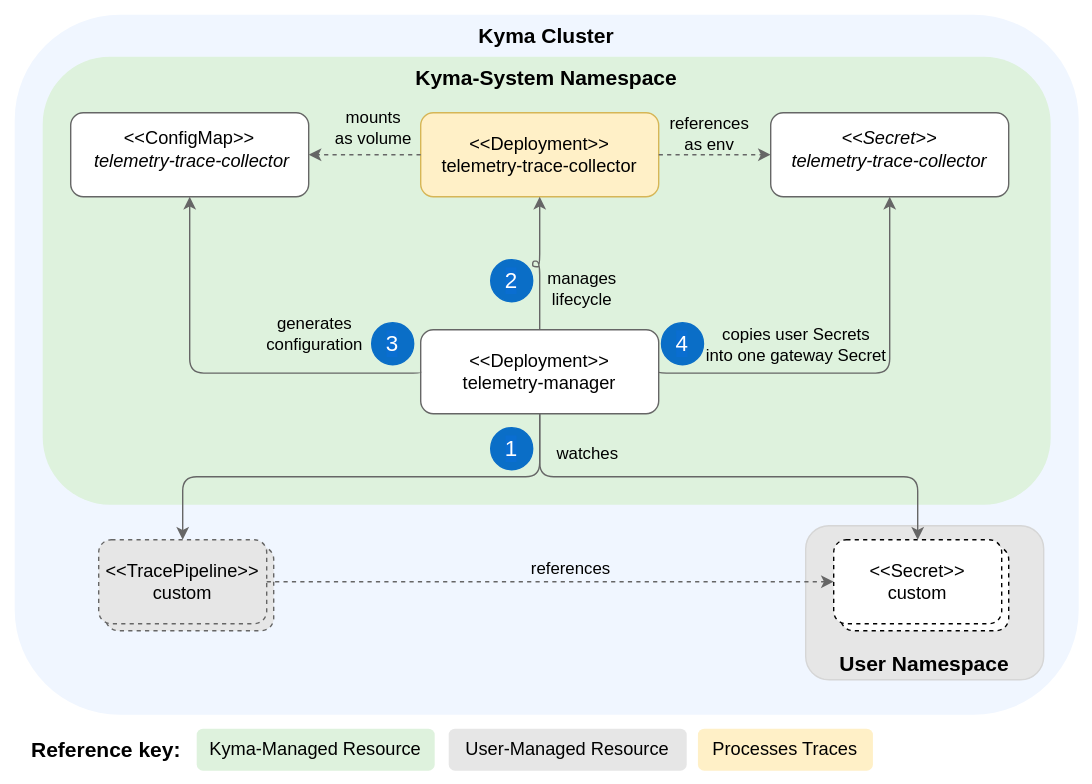
The draw.io diagram docs/user/assets/traces-resources.drawio.svg in kyma-project/telemetry-manager, before a commit. Source tidied: cells renumbered, new cells last; positions are measured from the earlier drawing's top-left corner, leaving out a move shared by most shapes. Its diagram source:
```xml
<mxGraphModel>
  <root>
    <mxCell id="0" />
    <mxCell id="1" parent="0" />
    <mxCell id="2" style="rounded=0;whiteSpace=wrap;html=1;fillColor=#FFFFFF;strokeColor=none;" parent="1" vertex="1">
      <mxGeometry width="780" height="560" as="geometry" />
    </mxCell>
    <mxCell id="3" value="&lt;b style=&quot;color: rgb(0, 0, 0); font-size: 15px;&quot;&gt;&lt;font style=&quot;font-size: 15px;&quot;&gt;Kyma Cluster&lt;br style=&quot;font-size: 15px;&quot;&gt;&lt;/font&gt;&lt;/b&gt;" style="rounded=1;whiteSpace=wrap;html=1;fillColor=#F0F6FF;strokeColor=none;fontColor=#333333;verticalAlign=top;fontSize=15;" parent="1" vertex="1">
      <mxGeometry x="10" y="10" width="760" height="500" as="geometry" />
    </mxCell>
    <mxCell id="4" value="&lt;font style=&quot;font-size: 15px;&quot;&gt;&lt;b&gt;Reference key:&lt;/b&gt;&lt;/font&gt;" style="text;html=1;align=center;verticalAlign=middle;strokeColor=none;fillColor=default;" parent="1" vertex="1">
      <mxGeometry x="10" y="520" width="130" height="30" as="geometry" />
    </mxCell>
    <mxCell id="5" value="&lt;b style=&quot;color: rgb(0, 0, 0); font-size: 15px;&quot;&gt;Kyma-System Namespace&lt;br style=&quot;font-size: 15px;&quot;&gt;&lt;/b&gt;" style="rounded=1;whiteSpace=wrap;html=1;dashed=1;fillColor=#DEF2DD;strokeColor=none;verticalAlign=top;fontSize=15;" parent="1" vertex="1">
      <mxGeometry x="30" y="40" width="720" height="320" as="geometry" />
    </mxCell>
    <mxCell id="6" value="&amp;lt;&amp;lt;Deployment&amp;gt;&amp;gt;&lt;br style=&quot;font-size: 13px;&quot;&gt;telemetry-manager" style="rounded=1;whiteSpace=wrap;html=1;strokeColor=#666666;fontSize=13;" parent="1" vertex="1">
      <mxGeometry x="300" y="235" width="170" height="60" as="geometry" />
    </mxCell>
    <mxCell id="7" style="rounded=1;whiteSpace=wrap;html=1;dashed=1;strokeColor=#666666;fontSize=13;fillColor=#E6E6E6;" parent="1" vertex="1">
      <mxGeometry x="75" y="390" width="120" height="60" as="geometry" />
    </mxCell>
    <mxCell id="8" style="edgeStyle=orthogonalEdgeStyle;rounded=1;html=1;exitX=0.5;exitY=1;exitDx=0;exitDy=0;entryX=0.5;entryY=0;entryDx=0;entryDy=0;elbow=vertical;strokeColor=#666666;" parent="1" edge="1" source="6" target="10">
      <mxGeometry relative="1" as="geometry">
        <Array as="points">
          <mxPoint x="385" y="340" />
          <mxPoint x="130" y="340" />
        </Array>
      </mxGeometry>
    </mxCell>
    <mxCell id="9" value="watches" style="edgeLabel;html=1;align=center;verticalAlign=middle;labelBackgroundColor=none;fontSize=12;" parent="8" vertex="1">
      <mxGeometry x="0.04" y="1" relative="1" as="geometry">
        <mxPoint x="167" y="-18" as="offset" />
      </mxGeometry>
    </mxCell>
    <mxCell id="10" value="&amp;lt;&amp;lt;TracePipeline&amp;gt;&amp;gt;&lt;br style=&quot;font-size: 13px;&quot;&gt;custom" style="rounded=1;whiteSpace=wrap;html=1;dashed=1;strokeColor=#666666;fontSize=13;fillColor=#E6E6E6;" parent="1" vertex="1">
      <mxGeometry x="70" y="385" width="120" height="60" as="geometry" />
    </mxCell>
    <mxCell id="11" value="&lt;b style=&quot;color: rgb(0, 0, 0); font-size: 15px;&quot;&gt;User Namespace&lt;br style=&quot;font-size: 15px;&quot;&gt;&lt;/b&gt;" style="rounded=1;whiteSpace=wrap;html=1;fillColor=#E6E6E6;strokeColor=#D6D6D6;verticalAlign=bottom;fontSize=15;" parent="1" vertex="1">
      <mxGeometry x="575" y="375" width="170" height="110" as="geometry" />
    </mxCell>
    <mxCell id="12" style="rounded=1;whiteSpace=wrap;html=1;dashed=1;fontSize=13;" parent="1" vertex="1">
      <mxGeometry x="600" y="390" width="120" height="60" as="geometry" />
    </mxCell>
    <mxCell id="13" value="&amp;lt;&amp;lt;Secret&amp;gt;&amp;gt;&lt;br style=&quot;font-size: 13px;&quot;&gt;custom" style="rounded=1;whiteSpace=wrap;html=1;dashed=1;fontSize=13;" parent="1" vertex="1">
      <mxGeometry x="595" y="385" width="120" height="60" as="geometry" />
    </mxCell>
    <mxCell id="14" style="edgeStyle=orthogonalEdgeStyle;rounded=1;html=1;exitX=0.5;exitY=1;exitDx=0;exitDy=0;entryX=0.5;entryY=0;entryDx=0;entryDy=0;elbow=vertical;strokeColor=#666666;" parent="1" edge="1" source="6" target="13">
      <mxGeometry relative="1" as="geometry">
        <Array as="points">
          <mxPoint x="385" y="340" />
          <mxPoint x="655" y="340" />
        </Array>
      </mxGeometry>
    </mxCell>
    <mxCell id="15" style="edgeStyle=orthogonalEdgeStyle;html=1;exitX=1;exitY=0.5;exitDx=0;exitDy=0;dashed=1;strokeColor=#666666;entryX=0;entryY=0.5;entryDx=0;entryDy=0;" parent="1" edge="1" source="10" target="13">
      <mxGeometry relative="1" as="geometry" />
    </mxCell>
    <mxCell id="16" value="&lt;font style=&quot;font-size: 12px;&quot;&gt;references&lt;/font&gt;" style="edgeLabel;html=1;align=center;verticalAlign=middle;labelBackgroundColor=none;fontSize=12;" parent="15" vertex="1">
      <mxGeometry x="0.09" y="-2" relative="1" as="geometry">
        <mxPoint x="-4" y="-12" as="offset" />
      </mxGeometry>
    </mxCell>
    <mxCell id="17" value="&lt;span style=&quot;color: rgb(0, 0, 0); font-family: Helvetica; font-size: 13px; font-style: normal; font-variant-ligatures: normal; font-variant-caps: normal; font-weight: 400; letter-spacing: normal; orphans: 2; text-indent: 0px; text-transform: none; widows: 2; word-spacing: 0px; -webkit-text-stroke-width: 0px; text-decoration-thickness: initial; text-decoration-style: initial; text-decoration-color: initial; float: none; display: inline !important;&quot;&gt;Processes Traces&lt;/span&gt;" style="text;whiteSpace=wrap;html=1;strokeColor=none;rounded=1;fillColor=#fff0c7;align=center;fontSize=13;" parent="1" vertex="1">
      <mxGeometry x="498" y="520" width="125" height="30" as="geometry" />
    </mxCell>
    <mxCell id="18" value="&amp;lt;&amp;lt;Deployment&amp;gt;&amp;gt;&lt;br style=&quot;font-size: 13px;&quot;&gt;telemetry-trace-collector" style="rounded=1;whiteSpace=wrap;html=1;strokeColor=#D6B656;fontSize=13;fillColor=#FFF0C7;" parent="1" vertex="1">
      <mxGeometry x="300" y="80" width="170" height="60" as="geometry" />
    </mxCell>
    <mxCell id="19" value="&lt;div style=&quot;font-size: 13px;&quot;&gt;&lt;font style=&quot;font-size: 13px&quot;&gt;&amp;lt;&amp;lt;ConfigMap&amp;gt;&amp;gt;&lt;/font&gt;&lt;/div&gt;&lt;div style=&quot;font-size: 13px&quot;&gt;&lt;font style=&quot;font-size: 13px&quot;&gt;&lt;i style=&quot;font-size: 13px;&quot;&gt;&lt;font style=&quot;font-size: 13px&quot;&gt;&amp;nbsp;telemetry-trace-collector&lt;/font&gt;&lt;/i&gt;&lt;/font&gt;&lt;/div&gt;&lt;span style=&quot;font-size: 13px;&quot;&gt;&lt;br style=&quot;font-size: 13px;&quot;&gt;&lt;/span&gt;" style="rounded=1;whiteSpace=wrap;html=1;align=center;strokeColor=#666666;fontSize=13;verticalAlign=bottom;" parent="1" vertex="1">
      <mxGeometry x="50" y="80" width="170" height="60" as="geometry" />
    </mxCell>
    <mxCell id="20" value="&lt;font style=&quot;font-size: 13px;&quot;&gt;&lt;div style=&quot;font-size: 13px;&quot;&gt;&lt;span style=&quot;font-size: 13px;&quot;&gt;&lt;i style=&quot;font-size: 13px;&quot;&gt;&amp;lt;&amp;lt;Secret&amp;gt;&amp;gt;&lt;/i&gt;&lt;/span&gt;&lt;/div&gt;&lt;div style=&quot;font-size: 13px;&quot;&gt;&lt;span style=&quot;font-size: 13px;&quot;&gt;&lt;i style=&quot;font-size: 13px;&quot;&gt;telemetry-trace-collector&lt;/i&gt;&lt;/span&gt;&lt;/div&gt;&lt;br style=&quot;font-size: 13px;&quot;&gt;&lt;/font&gt;" style="rounded=1;whiteSpace=wrap;html=1;strokeColor=#666666;fontSize=13;verticalAlign=bottom;" parent="1" vertex="1">
      <mxGeometry x="550" y="80" width="170" height="60" as="geometry" />
    </mxCell>
    <mxCell id="21" style="edgeStyle=orthogonalEdgeStyle;html=1;exitX=0;exitY=0.5;exitDx=0;exitDy=0;entryX=1;entryY=0.5;entryDx=0;entryDy=0;dashed=1;strokeColor=#666666;" parent="1" edge="1" source="18" target="19">
      <mxGeometry relative="1" as="geometry" />
    </mxCell>
    <mxCell id="22" value="&lt;font style=&quot;font-size: 12px;&quot;&gt;mounts&lt;br style=&quot;font-size: 12px;&quot;&gt;as volume&lt;/font&gt;" style="edgeLabel;html=1;align=center;verticalAlign=middle;labelBackgroundColor=none;fontSize=12;" parent="21" vertex="1">
      <mxGeometry x="0.09" y="-2" relative="1" as="geometry">
        <mxPoint x="8" y="-18" as="offset" />
      </mxGeometry>
    </mxCell>
    <mxCell id="23" style="edgeStyle=orthogonalEdgeStyle;html=1;exitX=1;exitY=0.5;exitDx=0;exitDy=0;dashed=1;strokeColor=#666666;" parent="1" edge="1" source="18" target="20">
      <mxGeometry relative="1" as="geometry" />
    </mxCell>
    <mxCell id="24" value="&lt;span style=&quot;font-size: 12px;&quot;&gt;references&lt;br style=&quot;font-size: 12px;&quot;&gt;&lt;/span&gt;as env" style="edgeLabel;html=1;align=center;verticalAlign=middle;labelBackgroundColor=none;fontSize=12;" parent="23" vertex="1">
      <mxGeometry x="0.09" y="-2" relative="1" as="geometry">
        <mxPoint x="-8" y="-18" as="offset" />
      </mxGeometry>
    </mxCell>
    <mxCell id="25" style="edgeStyle=orthogonalEdgeStyle;html=1;exitX=0.5;exitY=0;exitDx=0;exitDy=0;entryX=0.5;entryY=1;entryDx=0;entryDy=0;elbow=vertical;rounded=1;strokeColor=#666666;" parent="1" edge="1" source="6" target="18">
      <mxGeometry relative="1" as="geometry">
        <Array as="points">
          <mxPoint x="385" y="186" />
          <mxPoint x="380" y="186" />
          <mxPoint x="380" y="190" />
          <mxPoint x="385" y="190" />
        </Array>
      </mxGeometry>
    </mxCell>
    <mxCell id="26" value="manages&lt;br style=&quot;font-size: 12px;&quot;&gt;lifecycle" style="edgeLabel;html=1;align=center;verticalAlign=middle;labelBackgroundColor=none;fontSize=12;" parent="25" vertex="1">
      <mxGeometry x="-0.17" relative="1" as="geometry">
        <mxPoint x="29" y="17" as="offset" />
      </mxGeometry>
    </mxCell>
    <mxCell id="27" value="&lt;font style=&quot;font-size: 16px&quot;&gt;3&lt;/font&gt;" style="ellipse;whiteSpace=wrap;html=1;labelBackgroundColor=#0A6ED1;fontColor=#FFFFFF;fillColor=#0A6EC7;strokeColor=#0A6EC7;" parent="1" vertex="1">
      <mxGeometry x="265" y="230" width="30" height="30" as="geometry" />
    </mxCell>
    <mxCell id="28" value="&lt;font style=&quot;font-size: 16px&quot;&gt;2&lt;/font&gt;" style="ellipse;whiteSpace=wrap;html=1;labelBackgroundColor=#0A6ED1;fontColor=#FFFFFF;fillColor=#0A6EC7;strokeColor=#0A6EC7;" parent="1" vertex="1">
      <mxGeometry x="350" y="185" width="30" height="30" as="geometry" />
    </mxCell>
    <mxCell id="29" style="edgeStyle=orthogonalEdgeStyle;html=1;exitX=0;exitY=0.5;exitDx=0;exitDy=0;entryX=0.5;entryY=1;entryDx=0;entryDy=0;elbow=vertical;rounded=1;strokeColor=#666666;" parent="1" edge="1" source="6" target="19">
      <mxGeometry relative="1" as="geometry">
        <Array as="points">
          <mxPoint x="135" y="266" />
        </Array>
      </mxGeometry>
    </mxCell>
    <mxCell id="30" value="&lt;span style=&quot;&quot;&gt;generates&lt;/span&gt;&lt;br style=&quot;border-color: var(--border-color);&quot;&gt;&lt;span style=&quot;&quot;&gt;configuration&lt;/span&gt;" style="edgeLabel;html=1;align=center;verticalAlign=middle;fontSize=12;labelBackgroundColor=none;" parent="29" vertex="1">
      <mxGeometry x="0.35" y="-2" relative="1" as="geometry">
        <mxPoint x="86" y="3" as="offset" />
      </mxGeometry>
    </mxCell>
    <mxCell id="31" style="edgeStyle=orthogonalEdgeStyle;html=1;exitX=1;exitY=0.5;exitDx=0;exitDy=0;elbow=vertical;rounded=1;strokeColor=#666666;entryX=0.5;entryY=1;entryDx=0;entryDy=0;" parent="1" edge="1" source="6" target="20">
      <mxGeometry relative="1" as="geometry">
        <Array as="points">
          <mxPoint x="635" y="266" />
        </Array>
      </mxGeometry>
    </mxCell>
    <mxCell id="32" value="&lt;span style=&quot;font-size: 12px;&quot;&gt;copies user Secrets&lt;br style=&quot;font-size: 12px;&quot;&gt;into one gateway&amp;nbsp;Secret&lt;/span&gt;" style="edgeLabel;html=1;align=center;verticalAlign=middle;labelBackgroundColor=none;fontSize=12;" parent="31" vertex="1">
      <mxGeometry x="-0.27" y="-2" relative="1" as="geometry">
        <mxPoint x="-9" y="-23" as="offset" />
      </mxGeometry>
    </mxCell>
    <mxCell id="33" value="&lt;font style=&quot;font-size: 16px&quot;&gt;4&lt;/font&gt;" style="ellipse;whiteSpace=wrap;html=1;labelBackgroundColor=#0A6ED1;fontColor=#FFFFFF;fillColor=#0A6EC7;strokeColor=#0A6EC7;" parent="1" vertex="1">
      <mxGeometry x="472" y="230" width="30" height="30" as="geometry" />
    </mxCell>
    <mxCell id="34" value="&lt;font style=&quot;font-size: 16px&quot;&gt;1&lt;/font&gt;" style="ellipse;whiteSpace=wrap;html=1;labelBackgroundColor=#0A6ED1;fontColor=#FFFFFF;fillColor=#0A6EC7;strokeColor=#0A6EC7;" parent="1" vertex="1">
      <mxGeometry x="350" y="305" width="30" height="30" as="geometry" />
    </mxCell>
    <mxCell id="35" value="&lt;span style=&quot;color: rgb(0, 0, 0); font-family: Helvetica; font-size: 13px; font-style: normal; font-variant-ligatures: normal; font-variant-caps: normal; font-weight: 400; letter-spacing: normal; orphans: 2; text-indent: 0px; text-transform: none; widows: 2; word-spacing: 0px; -webkit-text-stroke-width: 0px; text-decoration-thickness: initial; text-decoration-style: initial; text-decoration-color: initial; float: none; display: inline !important;&quot;&gt;User-Managed Resource&lt;/span&gt;" style="text;whiteSpace=wrap;html=1;strokeColor=none;rounded=1;fillColor=#e6e6e6;align=center;fontSize=13;" parent="1" vertex="1">
      <mxGeometry x="320" y="520" width="170" height="30" as="geometry" />
    </mxCell>
    <mxCell id="36" value="&lt;span style=&quot;color: rgb(0, 0, 0); font-family: Helvetica; font-size: 13px; font-style: normal; font-variant-ligatures: normal; font-variant-caps: normal; font-weight: 400; letter-spacing: normal; orphans: 2; text-indent: 0px; text-transform: none; widows: 2; word-spacing: 0px; -webkit-text-stroke-width: 0px; text-decoration-thickness: initial; text-decoration-style: initial; text-decoration-color: initial; float: none; display: inline !important;&quot;&gt;Kyma-Managed Resource&lt;/span&gt;" style="text;whiteSpace=wrap;html=1;strokeColor=none;rounded=1;fillColor=#def2dd;align=center;" parent="1" vertex="1">
      <mxGeometry x="140" y="520" width="170" height="30" as="geometry" />
    </mxCell>
  </root>
</mxGraphModel>
```
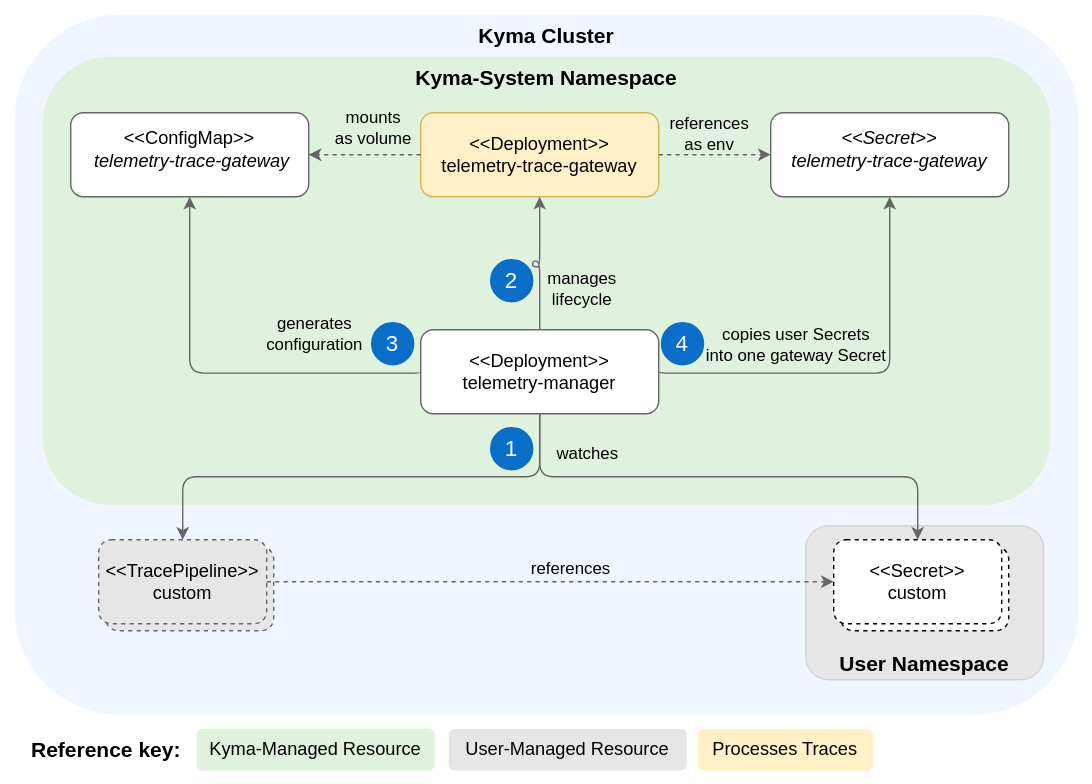
Above is the later version.

What changed in the source:
```diff
@@ -64,13 +64,13 @@
     <mxCell id="17" value="&lt;span style=&quot;color: rgb(0, 0, 0); font-family: Helvetica; font-size: 13px; font-style: normal; font-variant-ligatures: normal; font-variant-caps: normal; font-weight: 400; letter-spacing: normal; orphans: 2; text-indent: 0px; text-transform: none; widows: 2; word-spacing: 0px; -webkit-text-stroke-width: 0px; text-decoration-thickness: initial; text-decoration-style: initial; text-decoration-color: initial; float: none; display: inline !important;&quot;&gt;Processes Traces&lt;/span&gt;" style="text;whiteSpace=wrap;html=1;strokeColor=none;rounded=1;fillColor=#fff0c7;align=center;fontSize=13;" parent="1" vertex="1">
       <mxGeometry x="498" y="520" width="125" height="30" as="geometry" />
     </mxCell>
-    <mxCell id="18" value="&amp;lt;&amp;lt;Deployment&amp;gt;&amp;gt;&lt;br style=&quot;font-size: 13px;&quot;&gt;telemetry-trace-collector" style="rounded=1;whiteSpace=wrap;html=1;strokeColor=#D6B656;fontSize=13;fillColor=#FFF0C7;" parent="1" vertex="1">
+    <mxCell id="18" value="&amp;lt;&amp;lt;Deployment&amp;gt;&amp;gt;&lt;br style=&quot;font-size: 13px;&quot;&gt;telemetry-trace-gateway" style="rounded=1;whiteSpace=wrap;html=1;strokeColor=#D6B656;fontSize=13;fillColor=#FFF0C7;" parent="1" vertex="1">
       <mxGeometry x="300" y="80" width="170" height="60" as="geometry" />
     </mxCell>
-    <mxCell id="19" value="&lt;div style=&quot;font-size: 13px;&quot;&gt;&lt;font style=&quot;font-size: 13px&quot;&gt;&amp;lt;&amp;lt;ConfigMap&amp;gt;&amp;gt;&lt;/font&gt;&lt;/div&gt;&lt;div style=&quot;font-size: 13px&quot;&gt;&lt;font style=&quot;font-size: 13px&quot;&gt;&lt;i style=&quot;font-size: 13px;&quot;&gt;&lt;font style=&quot;font-size: 13px&quot;&gt;&amp;nbsp;telemetry-trace-collector&lt;/font&gt;&lt;/i&gt;&lt;/font&gt;&lt;/div&gt;&lt;span style=&quot;font-size: 13px;&quot;&gt;&lt;br style=&quot;font-size: 13px;&quot;&gt;&lt;/span&gt;" style="rounded=1;whiteSpace=wrap;html=1;align=center;strokeColor=#666666;fontSize=13;verticalAlign=bottom;" parent="1" vertex="1">
+    <mxCell id="19" value="&lt;div style=&quot;font-size: 13px;&quot;&gt;&lt;font style=&quot;font-size: 13px&quot;&gt;&amp;lt;&amp;lt;ConfigMap&amp;gt;&amp;gt;&lt;/font&gt;&lt;/div&gt;&lt;div style=&quot;font-size: 13px&quot;&gt;&lt;font style=&quot;font-size: 13px&quot;&gt;&lt;i style=&quot;font-size: 13px;&quot;&gt;&lt;font style=&quot;font-size: 13px&quot;&gt;&amp;nbsp;telemetry-trace-gateway&lt;/font&gt;&lt;/i&gt;&lt;/font&gt;&lt;/div&gt;&lt;span style=&quot;font-size: 13px;&quot;&gt;&lt;br style=&quot;font-size: 13px;&quot;&gt;&lt;/span&gt;" style="rounded=1;whiteSpace=wrap;html=1;align=center;strokeColor=#666666;fontSize=13;verticalAlign=bottom;" parent="1" vertex="1">
       <mxGeometry x="50" y="80" width="170" height="60" as="geometry" />
     </mxCell>
-    <mxCell id="20" value="&lt;font style=&quot;font-size: 13px;&quot;&gt;&lt;div style=&quot;font-size: 13px;&quot;&gt;&lt;span style=&quot;font-size: 13px;&quot;&gt;&lt;i style=&quot;font-size: 13px;&quot;&gt;&amp;lt;&amp;lt;Secret&amp;gt;&amp;gt;&lt;/i&gt;&lt;/span&gt;&lt;/div&gt;&lt;div style=&quot;font-size: 13px;&quot;&gt;&lt;span style=&quot;font-size: 13px;&quot;&gt;&lt;i style=&quot;font-size: 13px;&quot;&gt;telemetry-trace-collector&lt;/i&gt;&lt;/span&gt;&lt;/div&gt;&lt;br style=&quot;font-size: 13px;&quot;&gt;&lt;/font&gt;" style="rounded=1;whiteSpace=wrap;html=1;strokeColor=#666666;fontSize=13;verticalAlign=bottom;" parent="1" vertex="1">
+    <mxCell id="20" value="&lt;font style=&quot;font-size: 13px;&quot;&gt;&lt;div style=&quot;font-size: 13px;&quot;&gt;&lt;span style=&quot;font-size: 13px;&quot;&gt;&lt;i style=&quot;font-size: 13px;&quot;&gt;&amp;lt;&amp;lt;Secret&amp;gt;&amp;gt;&lt;/i&gt;&lt;/span&gt;&lt;/div&gt;&lt;div style=&quot;font-size: 13px;&quot;&gt;&lt;span style=&quot;font-size: 13px;&quot;&gt;&lt;i style=&quot;font-size: 13px;&quot;&gt;telemetry-trace-gateway&lt;/i&gt;&lt;/span&gt;&lt;/div&gt;&lt;br style=&quot;font-size: 13px;&quot;&gt;&lt;/font&gt;" style="rounded=1;whiteSpace=wrap;html=1;strokeColor=#666666;fontSize=13;verticalAlign=bottom;" parent="1" vertex="1">
       <mxGeometry x="550" y="80" width="170" height="60" as="geometry" />
     </mxCell>
     <mxCell id="21" style="edgeStyle=orthogonalEdgeStyle;html=1;exitX=0;exitY=0.5;exitDx=0;exitDy=0;entryX=1;entryY=0.5;entryDx=0;entryDy=0;dashed=1;strokeColor=#666666;" parent="1" edge="1" source="18" target="19">
```
